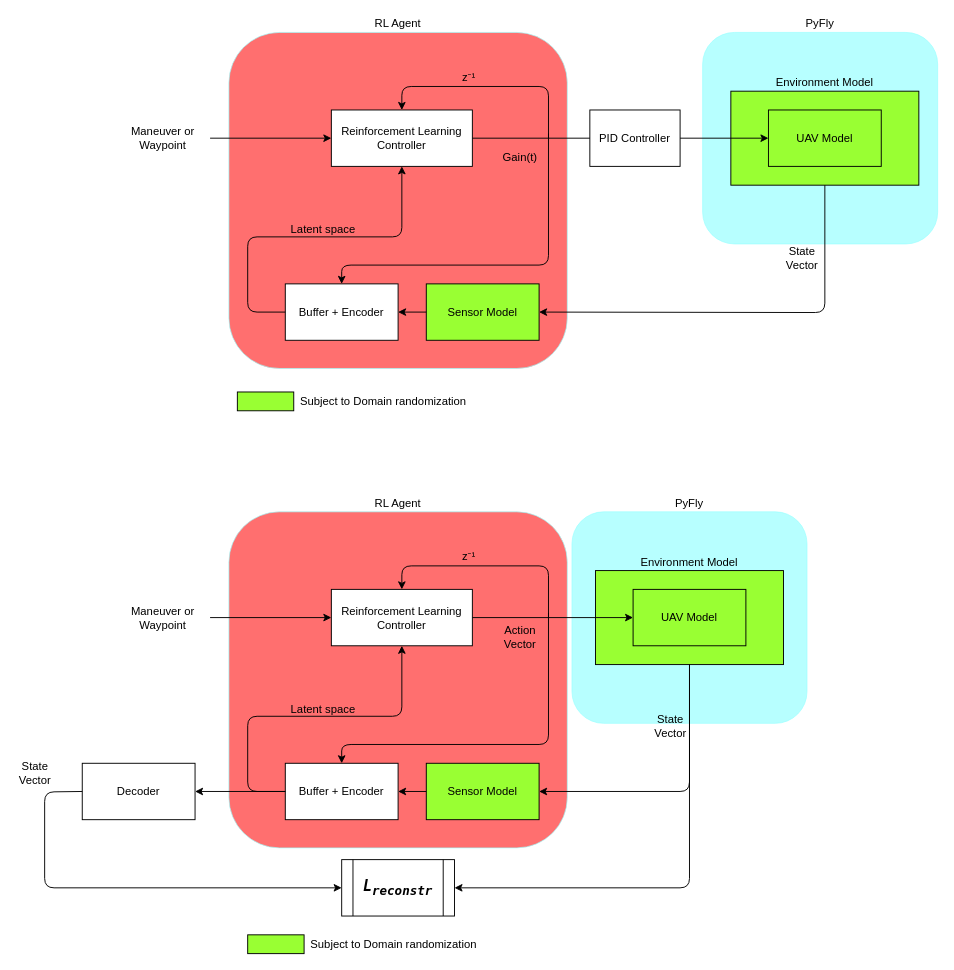
Before: page "Additional" (3 of 3) of magpie/Architecture.drawio in MoritzSchueler96/TUM_ADLR_Deep_Reinforcement_Learning, a draw.io diagram. Source tidied: cells renumbered, new cells numbered last; positions are measured from the earlier drawing's top-left corner, leaving out a move shared by most shapes. Both pictures are drawn from the tidied source at 94%, with x=0, y=0 at pixel (16, 32).
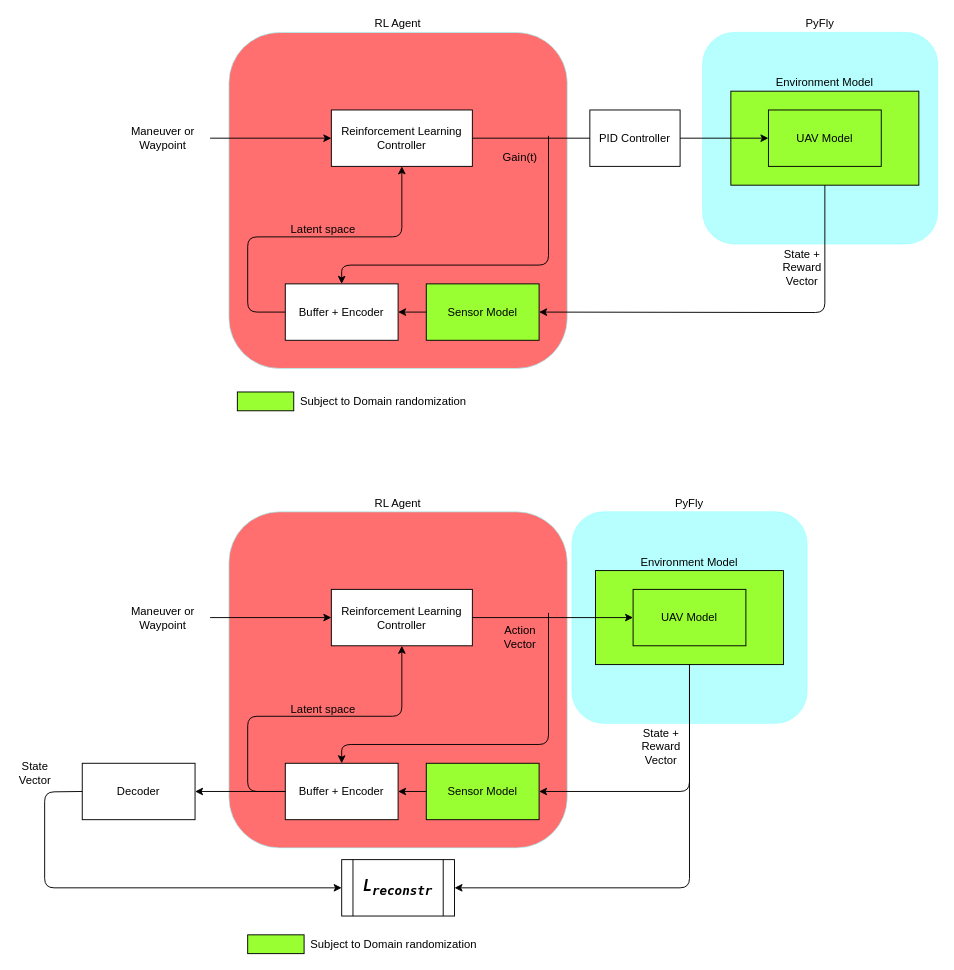
Above is the later version.

The change refers to these unchanged cells:
```xml
<mxCell id="4" value="Reinforcement Learning Controller" style="rounded=0;whiteSpace=wrap;html=1;" parent="1" vertex="1">
  <mxGeometry x="335" y="82.5" width="150" height="60" as="geometry" />
</mxCell>
<mxCell id="11" value="Buffer + Encoder" style="rounded=0;whiteSpace=wrap;html=1;" parent="1" vertex="1">
  <mxGeometry x="286" y="267.5" width="120" height="60" as="geometry" />
</mxCell>
<mxCell id="25" value="Reinforcement Learning Controller" style="rounded=0;whiteSpace=wrap;html=1;" parent="1" vertex="1">
  <mxGeometry x="335" y="592.5" width="150" height="60" as="geometry" />
</mxCell>
```

Diff of the diagram source:
```diff
@@
-    <mxCell id="15" value="State Vector" style="text;html=1;strokeColor=none;fillColor=none;align=center;verticalAlign=middle;whiteSpace=wrap;rounded=0;labelBackgroundColor=none;opacity=70;" parent="1" vertex="1">
-      <mxGeometry x="816" y="230" width="40" height="20" as="geometry" />
+    <mxCell id="15" value="State + Reward Vector" style="text;html=1;strokeColor=none;fillColor=none;align=center;verticalAlign=middle;whiteSpace=wrap;rounded=0;labelBackgroundColor=none;opacity=70;" parent="1" vertex="1">
+      <mxGeometry x="816" y="240" width="40" height="20" as="geometry" />
     </mxCell>
@@
-    <mxCell id="19" style="endArrow=classic;html=1;strokeWidth=1;entryX=0.5;entryY=0;entryDx=0;entryDy=0;" parent="1" edge="1" target="4">
-      <mxGeometry relative="1" as="geometry">
-        <mxPoint x="566" y="112.5" as="sourcePoint" />
-        <Array as="points">
-          <mxPoint x="566" y="57.5" />
-          <mxPoint x="410" y="57.5" />
-        </Array>
-      </mxGeometry>
-    </mxCell>
     <mxCell id="20" style="endArrow=classic;html=1;strokeWidth=1;entryX=0.5;entryY=0;entryDx=0;entryDy=0;" parent="1" edge="1" target="11">
       <mxGeometry relative="1" as="geometry">
-        <mxPoint x="566" y="107.5" as="sourcePoint" />
+        <mxPoint x="566" y="110" as="sourcePoint" />
         <Array as="points">
           <mxPoint x="566" y="247.5" />
           <mxPoint x="346" y="247.5" />
         </Array>
       </mxGeometry>
     </mxCell>
-    <mxCell id="21" value="z⁻¹" style="text;html=1;align=center;verticalAlign=middle;" parent="1" vertex="1">
-      <mxGeometry x="466" y="37.5" width="30" height="20" as="geometry" />
-    </mxCell>
@@
-    <mxCell id="36" value="State Vector" style="text;html=1;strokeColor=none;fillColor=none;align=center;verticalAlign=middle;whiteSpace=wrap;rounded=0;labelBackgroundColor=none;opacity=70;" parent="1" vertex="1">
-      <mxGeometry x="676" y="727.5" width="40" height="20" as="geometry" />
+    <mxCell id="36" value="State + Reward Vector" style="text;html=1;strokeColor=none;fillColor=none;align=center;verticalAlign=middle;whiteSpace=wrap;rounded=0;labelBackgroundColor=none;opacity=70;" parent="1" vertex="1">
+      <mxGeometry x="666" y="750" width="40" height="20" as="geometry" />
     </mxCell>
@@
-    <mxCell id="40" style="endArrow=classic;html=1;strokeWidth=1;entryX=0.5;entryY=0;entryDx=0;entryDy=0;" parent="1" edge="1" target="25">
-      <mxGeometry relative="1" as="geometry">
-        <mxPoint x="566" y="622.5" as="sourcePoint" />
-        <Array as="points">
-          <mxPoint x="566" y="567.5" />
-          <mxPoint x="410" y="567.5" />
-        </Array>
-      </mxGeometry>
-    </mxCell>
@@
-    <mxCell id="42" value="z⁻¹" style="text;html=1;align=center;verticalAlign=middle;" parent="1" vertex="1">
-      <mxGeometry x="466" y="547.5" width="30" height="20" as="geometry" />
-    </mxCell>
```
